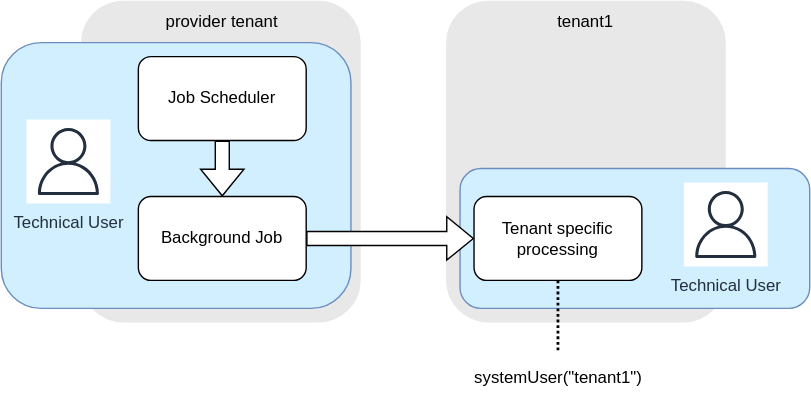
The draw.io diagram java/event-handlers/assets/switchtenant.drawio.svg in cap-js/docs, before a commit. Source tidied: cells renumbered, new cells last; positions are measured from the earlier drawing's top-left corner, leaving out a move shared by most shapes.
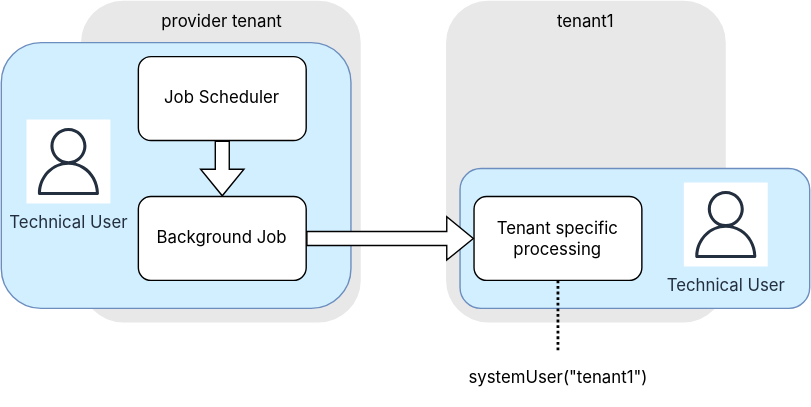
Later version of the same file.

What changed in the source:
```diff
@@ -2,49 +2,49 @@
   <root>
     <mxCell id="0" />
     <mxCell id="1" parent="0" />
-    <mxCell id="2" style="rounded=1;whiteSpace=wrap;html=1;fillColor=#E8E8E8;strokeColor=none;" parent="1" vertex="1">
+    <mxCell id="2" style="rounded=1;whiteSpace=wrap;html=1;fillColor=#E8E8E8;strokeColor=none;fontFamily='Avenir Next', 'Inter var', 'Inter', Helvetica, Arial, sans-serif;" parent="1" vertex="1">
       <mxGeometry x="57" width="200" height="230" as="geometry" />
     </mxCell>
-    <mxCell id="3" style="rounded=1;whiteSpace=wrap;html=1;fillColor=#d1efff;strokeColor=#6c8ebf;" parent="1" vertex="1">
+    <mxCell id="3" style="rounded=1;whiteSpace=wrap;html=1;fillColor=#d1efff;strokeColor=#6c8ebf;fontFamily='Avenir Next', 'Inter var', 'Inter', Helvetica, Arial, sans-serif;" parent="1" vertex="1">
       <mxGeometry y="30" width="250" height="190" as="geometry" />
     </mxCell>
-    <mxCell id="4" value="Technical User" style="sketch=0;fontColor=#232F3E;gradientColor=none;strokeColor=#232F3E;fillColor=#ffffff;dashed=0;verticalLabelPosition=bottom;verticalAlign=top;align=center;html=1;fontSize=12;fontStyle=0;shape=mxgraph.aws4.resourceIcon;resIcon=mxgraph.aws4.user;" parent="1" vertex="1">
+    <mxCell id="4" value="Technical User" style="sketch=0;fontColor=#232F3E;gradientColor=none;strokeColor=#232F3E;fillColor=#ffffff;dashed=0;verticalLabelPosition=bottom;verticalAlign=top;align=center;html=1;fontSize=12;fontStyle=0;shape=mxgraph.aws4.resourceIcon;resIcon=mxgraph.aws4.user;fontFamily='Avenir Next', 'Inter var', 'Inter', Helvetica, Arial, sans-serif;" parent="1" vertex="1">
       <mxGeometry x="18" y="85" width="60" height="60" as="geometry" />
     </mxCell>
-    <mxCell id="5" style="rounded=1;whiteSpace=wrap;html=1;fillColor=#E8E8E8;strokeColor=none;" parent="1" vertex="1">
+    <mxCell id="5" style="rounded=1;whiteSpace=wrap;html=1;fillColor=#E8E8E8;strokeColor=none;fontFamily='Avenir Next', 'Inter var', 'Inter', Helvetica, Arial, sans-serif;" parent="1" vertex="1">
       <mxGeometry x="318" width="200" height="230" as="geometry" />
     </mxCell>
-    <mxCell id="6" style="rounded=1;whiteSpace=wrap;html=1;fillColor=#d1efff;strokeColor=#6c8ebf;" parent="1" vertex="1">
+    <mxCell id="6" style="rounded=1;whiteSpace=wrap;html=1;fillColor=#d1efff;strokeColor=#6c8ebf;fontFamily='Avenir Next', 'Inter var', 'Inter', Helvetica, Arial, sans-serif;" parent="1" vertex="1">
       <mxGeometry x="328" y="120" width="250" height="100" as="geometry" />
     </mxCell>
-    <mxCell id="7" value="Technical User" style="sketch=0;fontColor=#232F3E;gradientColor=none;strokeColor=#232F3E;fillColor=#ffffff;dashed=0;verticalLabelPosition=bottom;verticalAlign=top;align=center;html=1;fontSize=12;fontStyle=0;shape=mxgraph.aws4.resourceIcon;resIcon=mxgraph.aws4.user;" parent="1" vertex="1">
+    <mxCell id="7" value="Technical User" style="sketch=0;fontColor=#232F3E;gradientColor=none;strokeColor=#232F3E;fillColor=#ffffff;dashed=0;verticalLabelPosition=bottom;verticalAlign=top;align=center;html=1;fontSize=12;fontStyle=0;shape=mxgraph.aws4.resourceIcon;resIcon=mxgraph.aws4.user;fontFamily='Avenir Next', 'Inter var', 'Inter', Helvetica, Arial, sans-serif;" parent="1" vertex="1">
       <mxGeometry x="488" y="130" width="60" height="60" as="geometry" />
     </mxCell>
-    <mxCell id="8" value="Background Job" style="rounded=1;whiteSpace=wrap;html=1;" parent="1" vertex="1">
+    <mxCell id="8" value="Background Job" style="rounded=1;whiteSpace=wrap;html=1;fontFamily='Avenir Next', 'Inter var', 'Inter', Helvetica, Arial, sans-serif;" parent="1" vertex="1">
       <mxGeometry x="98" y="140" width="120" height="60" as="geometry" />
     </mxCell>
-    <mxCell id="9" value="Job Scheduler" style="rounded=1;whiteSpace=wrap;html=1;" parent="1" vertex="1">
+    <mxCell id="9" value="Job Scheduler" style="rounded=1;whiteSpace=wrap;html=1;fontFamily='Avenir Next', 'Inter var', 'Inter', Helvetica, Arial, sans-serif;" parent="1" vertex="1">
       <mxGeometry x="98" y="40" width="120" height="60" as="geometry" />
     </mxCell>
-    <mxCell id="10" style="shape=flexArrow;endArrow=classic;html=1;rounded=0;entryX=0.5;entryY=0;entryDx=0;entryDy=0;exitX=0.5;exitY=1;exitDx=0;exitDy=0;fillColor=#FFFFFF;" parent="1" edge="1" source="9" target="8">
+    <mxCell id="10" style="shape=flexArrow;endArrow=classic;html=1;rounded=0;entryX=0.5;entryY=0;entryDx=0;entryDy=0;exitX=0.5;exitY=1;exitDx=0;exitDy=0;fillColor=#FFFFFF;fontFamily='Avenir Next', 'Inter var', 'Inter', Helvetica, Arial, sans-serif;" parent="1" edge="1" source="9" target="8">
       <mxGeometry relative="1" as="geometry" />
     </mxCell>
-    <mxCell id="11" value="Tenant specific processing" style="rounded=1;whiteSpace=wrap;html=1;" parent="1" vertex="1">
+    <mxCell id="11" value="Tenant specific processing" style="rounded=1;whiteSpace=wrap;html=1;fontFamily='Avenir Next', 'Inter var', 'Inter', Helvetica, Arial, sans-serif;" parent="1" vertex="1">
       <mxGeometry x="338" y="140" width="120" height="60" as="geometry" />
     </mxCell>
-    <mxCell id="12" style="shape=flexArrow;endArrow=classic;html=1;rounded=0;entryX=0;entryY=0.5;entryDx=0;entryDy=0;exitX=1;exitY=0.5;exitDx=0;exitDy=0;fillColor=#FFFFFF;" parent="1" edge="1" source="8" target="11">
+    <mxCell id="12" style="shape=flexArrow;endArrow=classic;html=1;rounded=0;entryX=0;entryY=0.5;entryDx=0;entryDy=0;exitX=1;exitY=0.5;exitDx=0;exitDy=0;fillColor=#FFFFFF;fontFamily='Avenir Next', 'Inter var', 'Inter', Helvetica, Arial, sans-serif;" parent="1" edge="1" source="8" target="11">
       <mxGeometry relative="1" as="geometry" />
     </mxCell>
-    <mxCell id="13" value="systemUser(&quot;tenant1&quot;)" style="text;strokeColor=none;fillColor=none;html=1;fontSize=12;fontStyle=0;verticalAlign=middle;align=center;glass=0;rounded=0;dashed=1;dashPattern=1 1;" parent="1" vertex="1">
+    <mxCell id="13" value="systemUser(&quot;tenant1&quot;)" style="text;strokeColor=none;fillColor=none;html=1;fontSize=12;fontStyle=0;verticalAlign=middle;align=center;glass=0;rounded=0;dashed=1;dashPattern=1 1;fontFamily='Avenir Next', 'Inter var', 'Inter', Helvetica, Arial, sans-serif;" parent="1" vertex="1">
       <mxGeometry x="318" y="250" width="160" height="40" as="geometry" />
     </mxCell>
-    <mxCell id="14" style="endArrow=none;html=1;strokeWidth=2;rounded=0;entryX=0.5;entryY=0;entryDx=0;entryDy=0;exitX=0.5;exitY=1;exitDx=0;exitDy=0;dashed=1;dashPattern=1 1;jumpStyle=none;jumpSize=7;" parent="1" edge="1" source="11" target="13">
+    <mxCell id="14" style="endArrow=none;html=1;strokeWidth=2;rounded=0;entryX=0.5;entryY=0;entryDx=0;entryDy=0;exitX=0.5;exitY=1;exitDx=0;exitDy=0;dashed=1;dashPattern=1 1;jumpStyle=none;jumpSize=7;fontFamily='Avenir Next', 'Inter var', 'Inter', Helvetica, Arial, sans-serif;" parent="1" edge="1" source="11" target="13">
       <mxGeometry relative="1" as="geometry" />
     </mxCell>
-    <mxCell id="15" value="provider tenant" style="text;html=1;strokeColor=none;fillColor=none;align=center;verticalAlign=middle;whiteSpace=wrap;rounded=0;" parent="1" vertex="1">
+    <mxCell id="15" value="provider tenant" style="text;html=1;strokeColor=none;fillColor=none;align=center;verticalAlign=middle;whiteSpace=wrap;rounded=0;fontFamily='Avenir Next', 'Inter var', 'Inter', Helvetica, Arial, sans-serif;" parent="1" vertex="1">
       <mxGeometry x="68" width="180" height="30" as="geometry" />
     </mxCell>
-    <mxCell id="16" value="tenant1" style="text;html=1;strokeColor=none;fillColor=none;align=center;verticalAlign=middle;whiteSpace=wrap;rounded=0;" parent="1" vertex="1">
+    <mxCell id="16" value="tenant1" style="text;html=1;strokeColor=none;fillColor=none;align=center;verticalAlign=middle;whiteSpace=wrap;rounded=0;fontFamily='Avenir Next', 'Inter var', 'Inter', Helvetica, Arial, sans-serif;" parent="1" vertex="1">
       <mxGeometry x="318" width="200" height="30" as="geometry" />
     </mxCell>
   </root>
```
